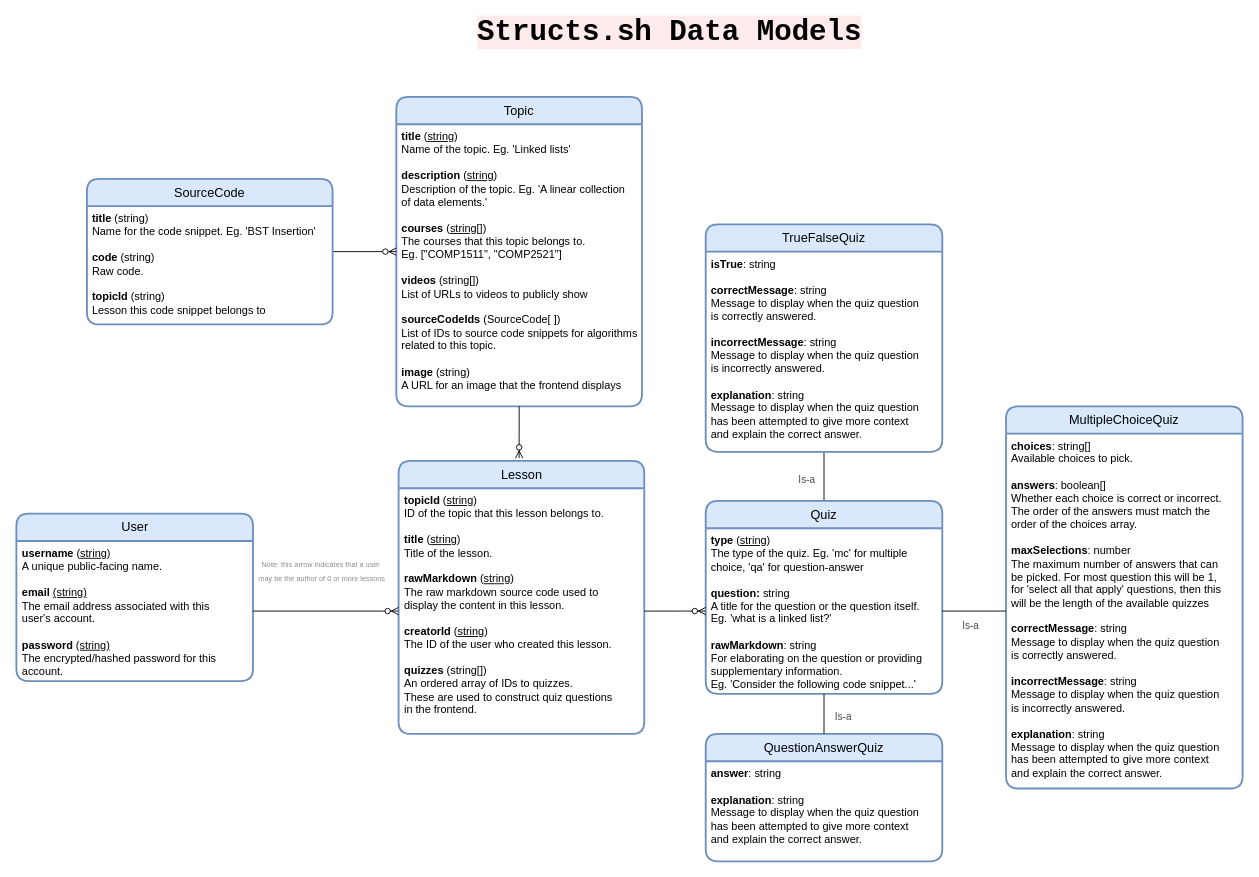
Earlier version of the draw.io diagram structs-datamodels.drawio (devsoc-unsw/structs.sh). Source tidied: cells renumbered, new cells numbered last; positions are measured from the earlier drawing's top-left corner, leaving out a move shared by most shapes. Both pictures are drawn from the tidied source at 91%, with x=0, y=0 at pixel (15, 24).
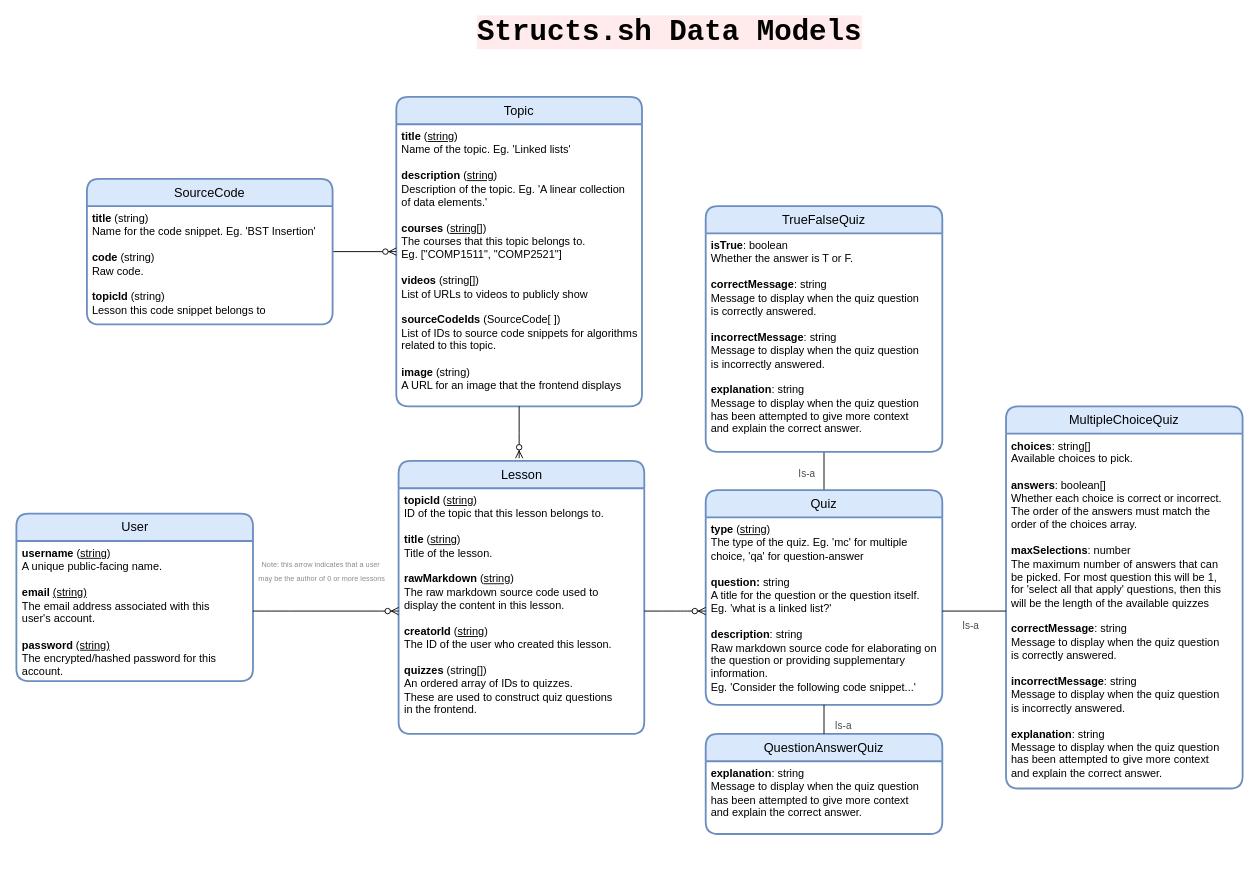
The same page after the edit.

What changed in the source:
```diff
@@
     <mxCell id="9" value="Quiz" style="swimlane;horizontal=1;startSize=30;rounded=1;fontSize=14;fontStyle=0;strokeWidth=2;shadow=0;dashed=0;align=center;fontFamily=Helvetica;fillColor=#dae8fc;strokeColor=#6c8ebf;whiteSpace=wrap;" parent="1" vertex="1">
-      <mxGeometry x="758" y="524" width="260" height="212" as="geometry" />
+      <mxGeometry x="758" y="512" width="260" height="236" as="geometry" />
     </mxCell>
-    <mxCell id="10" value="&lt;b&gt;type&amp;nbsp;&lt;/b&gt;(&lt;u&gt;string&lt;/u&gt;)&lt;br&gt;The type of the quiz. Eg. 'mc' for multiple&lt;br&gt;choice, 'qa' for question-answer&lt;br&gt;&lt;b&gt;&lt;br&gt;&lt;/b&gt;&lt;b&gt;question:&amp;nbsp;&lt;/b&gt;string&lt;br&gt;A title for the question or the question itself.&lt;br&gt;Eg. 'what is a linked list?'&amp;nbsp;&lt;br&gt;&lt;br&gt;&lt;b&gt;rawMarkdown&lt;/b&gt;: string&lt;br&gt;For elaborating on the question or providing&lt;br&gt;supplementary information.&lt;br&gt;Eg. 'Consider the following code snippet...'&lt;br&gt;&lt;br&gt;" style="align=left;strokeColor=none;fillColor=none;spacingLeft=4;fontSize=12;verticalAlign=top;fontStyle=0;html=1;" parent="9" vertex="1">
-      <mxGeometry y="30" width="260" height="182" as="geometry" />
+    <mxCell id="10" value="&lt;b&gt;type&amp;nbsp;&lt;/b&gt;(&lt;u&gt;string&lt;/u&gt;)&lt;br&gt;The type of the quiz. Eg. 'mc' for multiple&lt;br&gt;choice, 'qa' for question-answer&lt;br&gt;&lt;b&gt;&lt;br&gt;&lt;/b&gt;&lt;b&gt;question:&amp;nbsp;&lt;/b&gt;string&lt;br&gt;A title for the question or the question itself.&lt;br&gt;Eg. 'what is a linked list?'&amp;nbsp;&lt;br&gt;&lt;br&gt;&lt;b&gt;description&lt;/b&gt;: string&lt;br&gt;Raw markdown source code for elaborating on &lt;br&gt;the question or providing supplementary &lt;br&gt;information.&lt;br&gt;Eg. 'Consider the following code snippet...'&lt;br&gt;" style="align=left;strokeColor=none;fillColor=none;spacingLeft=4;fontSize=12;verticalAlign=top;fontStyle=0;html=1;" parent="9" vertex="1">
+      <mxGeometry y="30" width="260" height="206" as="geometry" />
     </mxCell>
@@
     <mxCell id="22" value="TrueFalseQuiz" style="swimlane;horizontal=1;startSize=30;rounded=1;fontSize=14;fontStyle=0;strokeWidth=2;shadow=0;dashed=0;align=center;fontFamily=Helvetica;fillColor=#dae8fc;strokeColor=#6c8ebf;whiteSpace=wrap;" parent="1" vertex="1">
-      <mxGeometry x="758" y="220" width="260" height="250" as="geometry" />
+      <mxGeometry x="758" y="200" width="260" height="270" as="geometry" />
     </mxCell>
-    <mxCell id="23" value="&lt;b&gt;isTrue&lt;/b&gt;: string&lt;br&gt;&lt;br&gt;&lt;b&gt;correctMessage&lt;/b&gt;: string&lt;br&gt;Message to display when the quiz question&lt;br&gt;is correctly answered.&lt;br&gt;&lt;br&gt;&lt;b&gt;incorrectMessage&lt;/b&gt;: string&lt;br&gt;Message to display when the quiz question&lt;br&gt;is incorrectly answered.&lt;br&gt;&lt;br&gt;&lt;b&gt;explanation&lt;/b&gt;: string&lt;br&gt;Message to display when the quiz question&lt;br&gt;has been attempted to give more context&lt;br&gt;and explain the correct answer." style="align=left;strokeColor=none;fillColor=none;spacingLeft=4;fontSize=12;verticalAlign=top;fontStyle=0;html=1;" parent="22" vertex="1">
-      <mxGeometry y="30" width="260" height="220" as="geometry" />
+    <mxCell id="23" value="&lt;b&gt;isTrue&lt;/b&gt;: boolean&lt;br&gt;Whether the answer is T or F.&lt;br&gt;&lt;br&gt;&lt;b&gt;correctMessage&lt;/b&gt;: string&lt;br&gt;Message to display when the quiz question&lt;br&gt;is correctly answered.&lt;br&gt;&lt;br&gt;&lt;b&gt;incorrectMessage&lt;/b&gt;: string&lt;br&gt;Message to display when the quiz question&lt;br&gt;is incorrectly answered.&lt;br&gt;&lt;br&gt;&lt;b&gt;explanation&lt;/b&gt;: string&lt;br&gt;Message to display when the quiz question&lt;br&gt;has been attempted to give more context&lt;br&gt;and explain the correct answer." style="align=left;strokeColor=none;fillColor=none;spacingLeft=4;fontSize=12;verticalAlign=top;fontStyle=0;html=1;" parent="22" vertex="1">
+      <mxGeometry y="30" width="260" height="240" as="geometry" />
     </mxCell>
     <mxCell id="24" value="QuestionAnswerQuiz" style="swimlane;horizontal=1;startSize=30;rounded=1;fontSize=14;fontStyle=0;strokeWidth=2;shadow=0;dashed=0;align=center;fontFamily=Helvetica;fillColor=#dae8fc;strokeColor=#6c8ebf;whiteSpace=wrap;" parent="1" vertex="1">
-      <mxGeometry x="758" y="780" width="260" height="140" as="geometry" />
+      <mxGeometry x="758" y="780" width="260" height="110" as="geometry" />
     </mxCell>
-    <mxCell id="25" value="&lt;b&gt;answer&lt;/b&gt;: string&lt;br&gt;&lt;br&gt;&lt;b&gt;explanation&lt;/b&gt;: string&lt;br&gt;Message to display when the quiz question&lt;br&gt;has been attempted to give more context&lt;br&gt;and explain the correct answer." style="align=left;strokeColor=none;fillColor=none;spacingLeft=4;fontSize=12;verticalAlign=top;fontStyle=0;html=1;" parent="24" vertex="1">
-      <mxGeometry y="30" width="260" height="110" as="geometry" />
+    <mxCell id="25" value="&lt;b&gt;explanation&lt;/b&gt;: string&lt;br&gt;Message to display when the quiz question&lt;br&gt;has been attempted to give more context&lt;br&gt;and explain the correct answer." style="align=left;strokeColor=none;fillColor=none;spacingLeft=4;fontSize=12;verticalAlign=top;fontStyle=0;html=1;" parent="24" vertex="1">
+      <mxGeometry y="30" width="260" height="80" as="geometry" />
     </mxCell>
```
